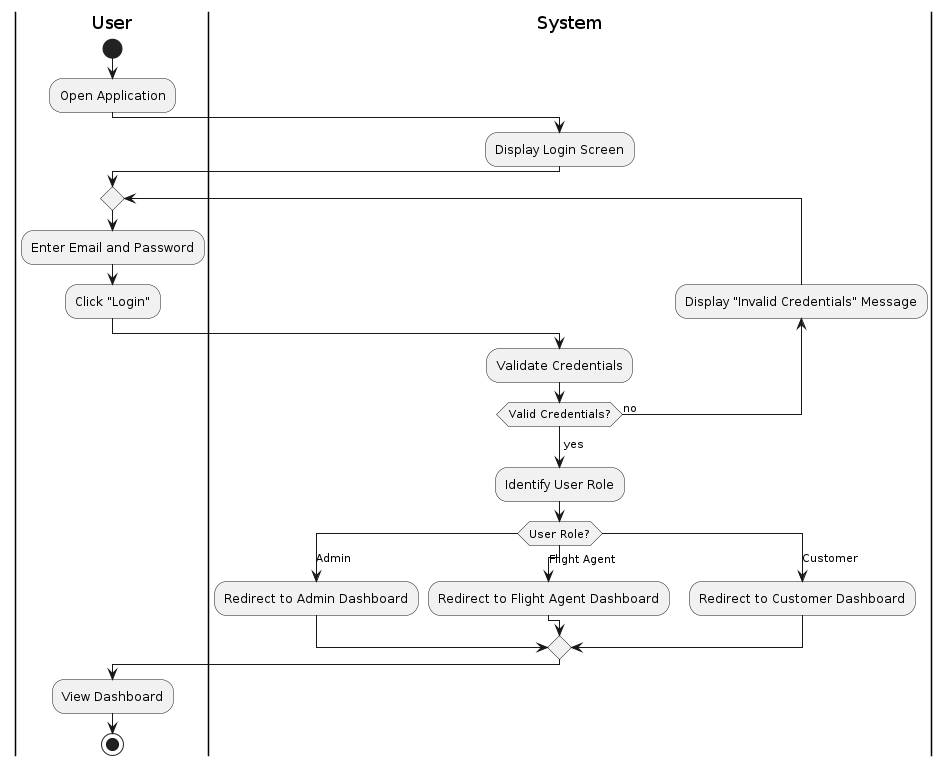
camdnnn/614-Project keeps this PlantUML diagram as docs/diagrams/activity/login.png. Above is the earlier version.
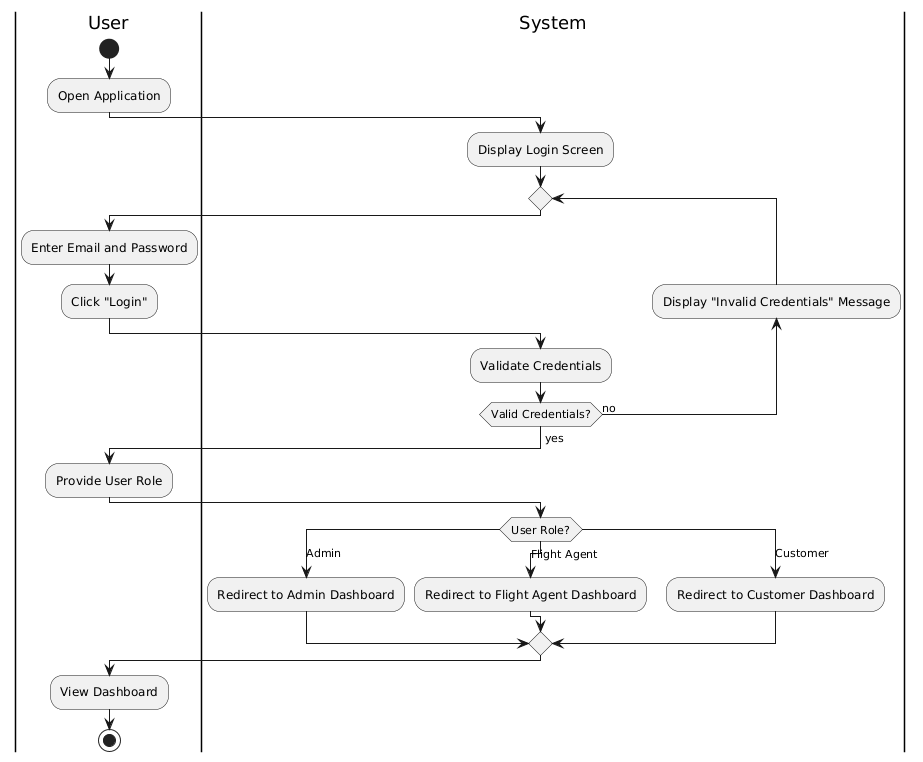
The same diagram one commit later.

Commit message:
update login diagram

The edit, as a diff of the source:
```diff
@@ -17,8 +17,11 @@
   backward:Display "Invalid Credentials" Message;
   repeat while (Valid Credentials?) is (no)
   ->yes;
-  :Identify User Role;
 
+  |User|
+  :Provide User Role;
+
+  |System|
   switch(User Role?)
   case (Admin)
     :Redirect to Admin Dashboard;
```
